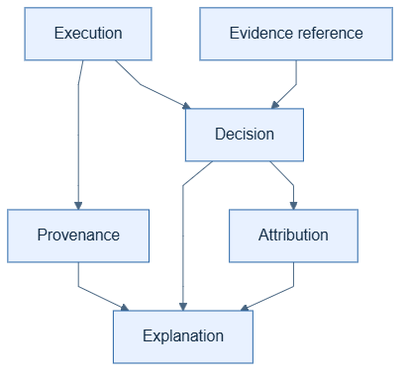
Before: docs/assets/diagrams/artifact-lineage.png, a diagram exported from Mermaid (smuniharish/langgraph-xai). Its source is kept beside it as diagrams/artifact-lineage.mmd. Its diagram source:
```mermaid
flowchart TD
    Execution[Execution] --> Provenance[Provenance]
    Execution --> Decision[Decision]
    Evidence[Evidence reference] --> Decision
    Decision --> Attribution[Attribution]
    Provenance --> Explanation[Explanation]
    Decision --> Explanation
    Attribution --> Explanation
```
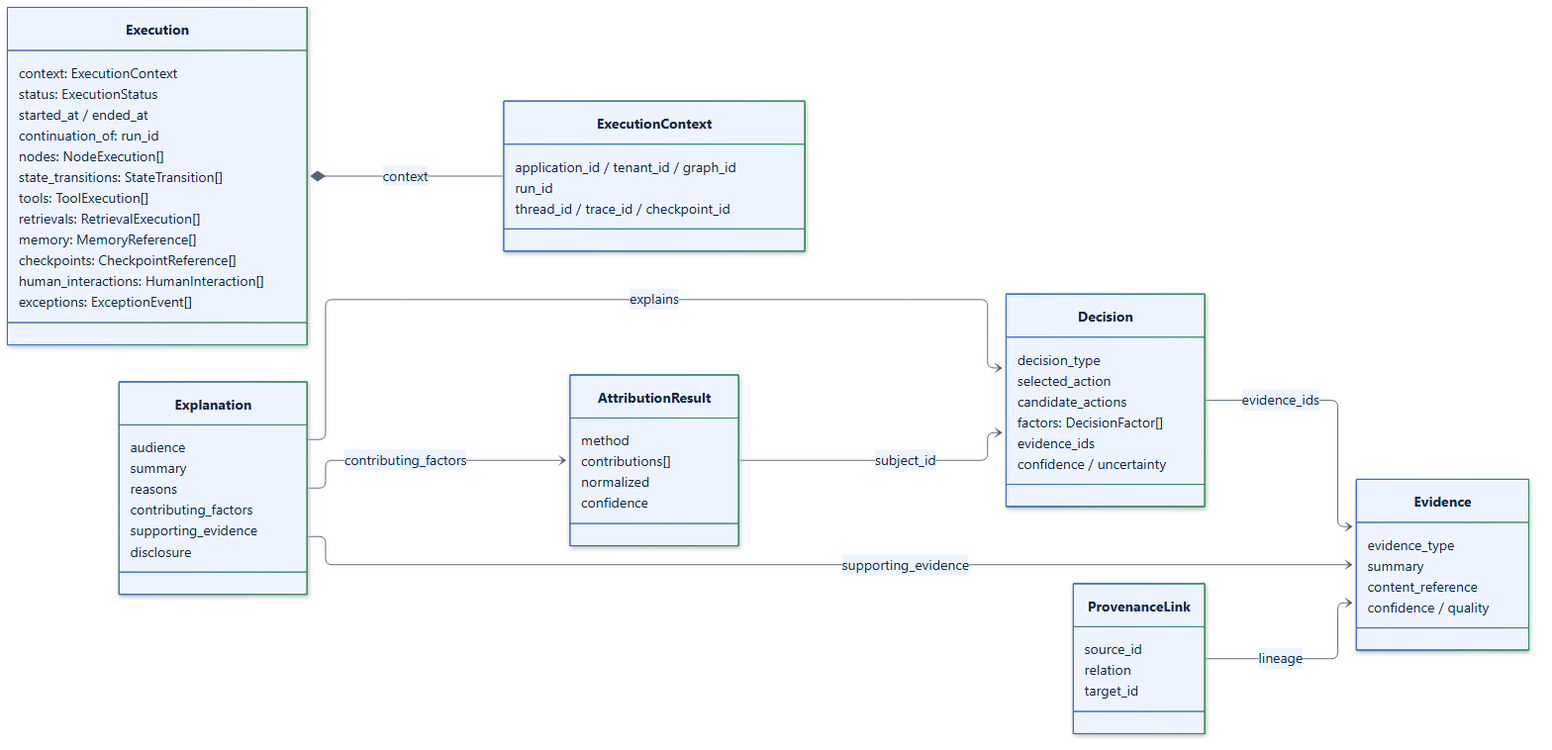
Later version of the same file.

The edit, as a diff of the source:
```diff
@@ -1,8 +1,61 @@
-flowchart TD
-    Execution[Execution] --> Provenance[Provenance]
-    Execution --> Decision[Decision]
-    Evidence[Evidence reference] --> Decision
-    Decision --> Attribution[Attribution]
-    Provenance --> Explanation[Explanation]
-    Decision --> Explanation
-    Attribution --> Explanation
+classDiagram
+    direction LR
+    class Execution {
+        context: ExecutionContext
+        status: ExecutionStatus
+        started_at / ended_at
+        continuation_of: run_id
+        nodes: NodeExecution[]
+        state_transitions: StateTransition[]
+        tools: ToolExecution[]
+        retrievals: RetrievalExecution[]
+        memory: MemoryReference[]
+        checkpoints: CheckpointReference[]
+        human_interactions: HumanInteraction[]
+        exceptions: ExceptionEvent[]
+    }
+    class ExecutionContext {
+        application_id / tenant_id / graph_id
+        run_id
+        thread_id / trace_id / checkpoint_id
+    }
+    class Evidence {
+        evidence_type
+        summary
+        content_reference
+        confidence / quality
+    }
+    class Decision {
+        decision_type
+        selected_action
+        candidate_actions
+        factors: DecisionFactor[]
+        evidence_ids
+        confidence / uncertainty
+    }
+    class ProvenanceLink {
+        source_id
+        relation
+        target_id
+    }
+    class AttributionResult {
+        method
+        contributions[]
+        normalized
+        confidence
+    }
+    class Explanation {
+        audience
+        summary
+        reasons
+        contributing_factors
+        supporting_evidence
+        disclosure
+    }
+    Execution *-- ExecutionContext : context
+    Decision --> Evidence : evidence_ids
+    ProvenanceLink --> Evidence : lineage
+    AttributionResult --> Decision : subject_id
+    Explanation --> Decision : explains
+    Explanation --> AttributionResult : contributing_factors
+    Explanation --> Evidence : supporting_evidence
```
